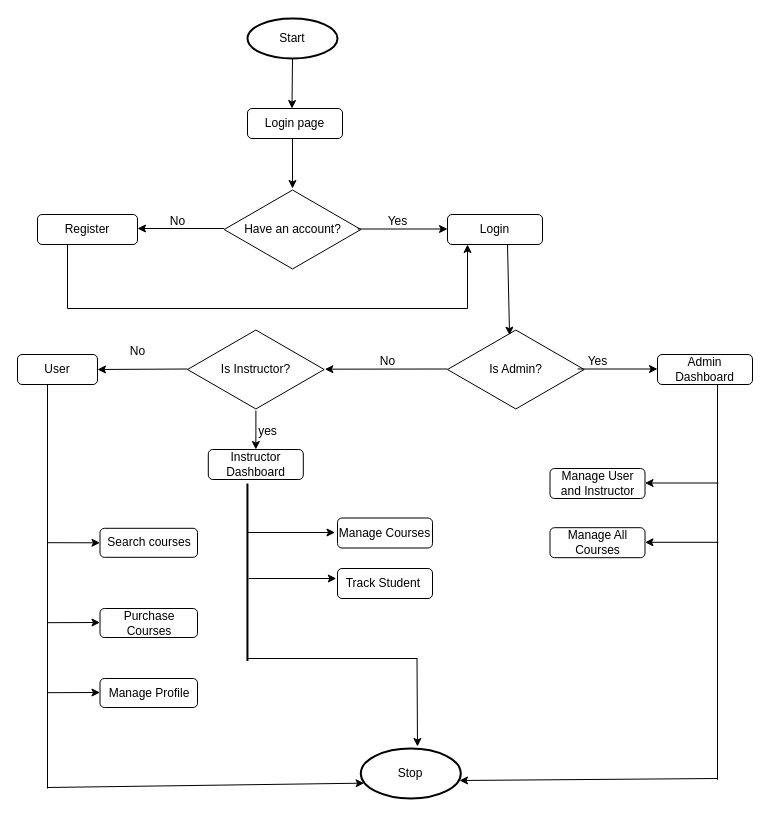
The draw.io diagram Untitled Diagram.drawio in Anilparajuli4/Amazon-clone, before the edit. Source tidied: cells renumbered, new cells numbered last; positions are measured from the earlier drawing's top-left corner, leaving out a move shared by most shapes. Both pictures are drawn from the tidied source at 100%, with x=0, y=0 at pixel (17, 18).
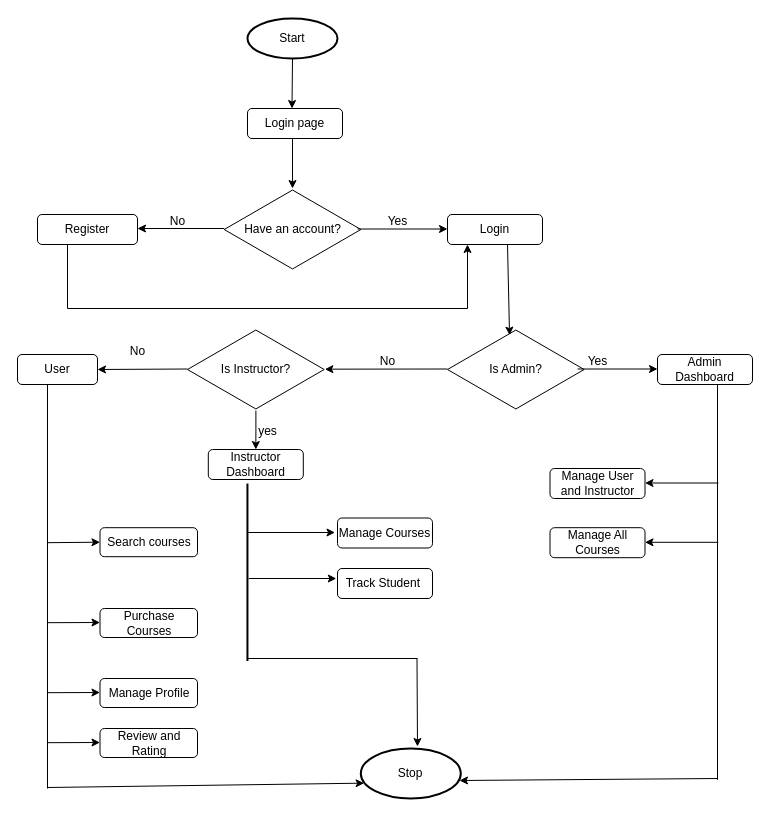
Above is the later version.

Change to the diagram source:
```diff
@@
     <mxCell id="20" value="Search courses" style="whiteSpace=wrap;html=1;rounded=1;" parent="1" vertex="1">
-      <mxGeometry x="82.5" y="509.8" width="97.5" height="29" as="geometry" />
+      <mxGeometry x="82.5" y="509.2" width="97.5" height="29" as="geometry" />
     </mxCell>
@@
+    <mxCell id="53" value="Review and Rating" style="whiteSpace=wrap;html=1;rounded=1;" parent="1" vertex="1">
+      <mxGeometry x="82.5" y="710" width="97.5" height="29" as="geometry" />
+    </mxCell>
+    <mxCell id="54" style="endArrow=classic;html=1;rounded=0;entryX=0;entryY=0.5;entryDx=0;entryDy=0;" parent="1" edge="1">
+      <mxGeometry relative="1" as="geometry">
+        <mxPoint x="29.5" y="724.2" as="sourcePoint" />
+        <mxPoint x="82.5" y="724" as="targetPoint" />
+      </mxGeometry>
+    </mxCell>
```
